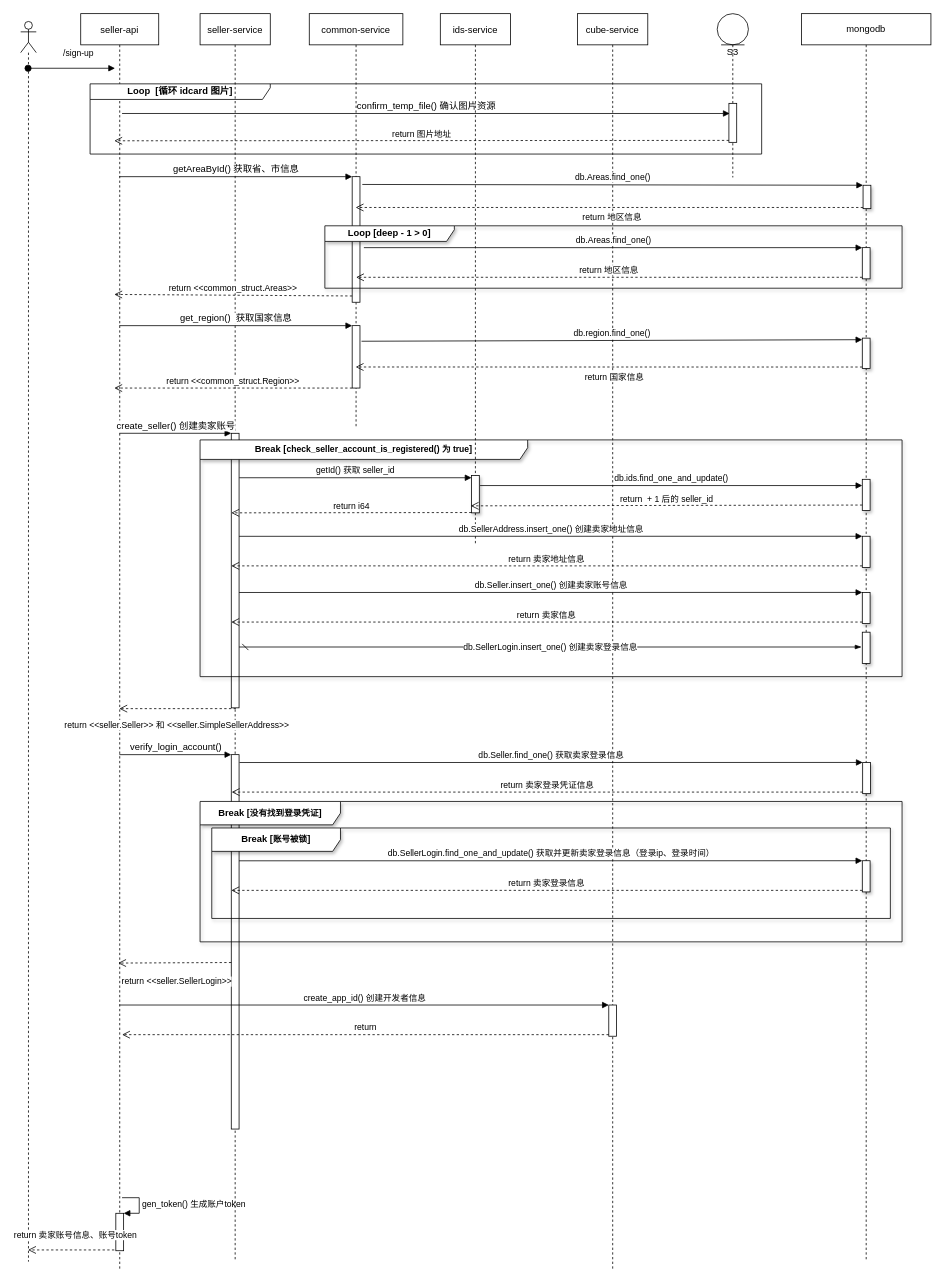
wjctim/design-draw keeps this draw.io diagram as 时序图.drawio. Above is the earlier version. Source tidied: cells renumbered, new cells numbered last; positions are measured from the earlier drawing's top-left corner, leaving out a move shared by most shapes. Both pictures are drawn from the tidied source at 78%, with x=0, y=0 at pixel (20, 13).
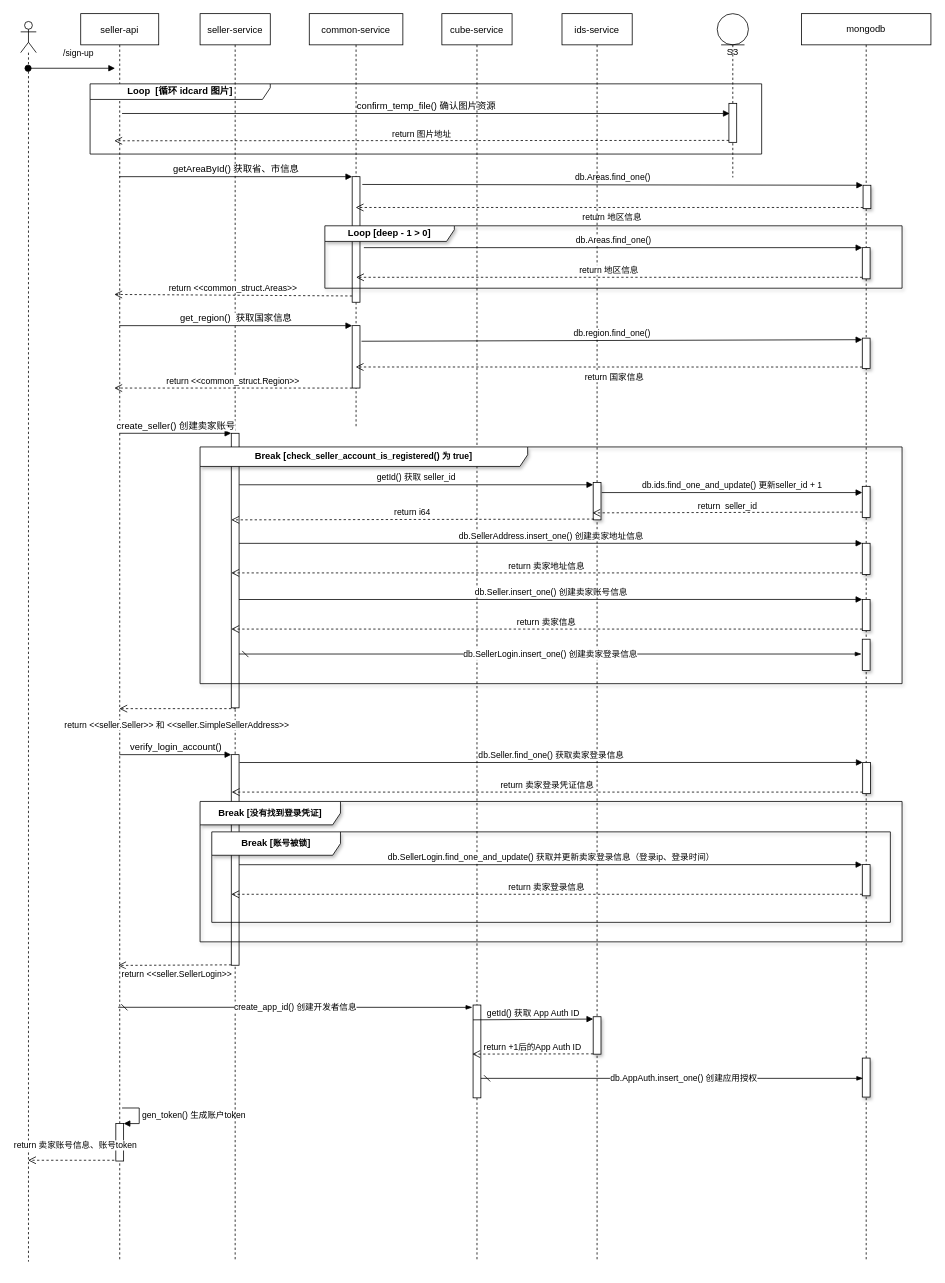
After the change.

Commit message:
更新时序图.drawio

The change refers to these unchanged cells:
```xml
<mxCell id="31" value="mongodb" style="shape=umlLifeline;perimeter=lifelinePerimeter;whiteSpace=wrap;html=1;rounded=0;glass=0;sketch=0;" parent="1" vertex="1">
  <mxGeometry x="1001" width="166" height="1600" as="geometry" />
</mxCell>
```

The edit, as a diff of the source:
```diff
@@
     <mxCell id="2" value="seller-api" style="shape=umlLifeline;perimeter=lifelinePerimeter;rounded=0;shadow=0;strokeWidth=1;" parent="1" vertex="1">
-      <mxGeometry x="77" width="100" height="1610" as="geometry" />
+      <mxGeometry x="77" width="100" height="1600" as="geometry" />
     </mxCell>
@@
     <mxCell id="4" style="html=1;points=[];perimeter=orthogonalPerimeter;" parent="2" vertex="1">
-      <mxGeometry x="45" y="1538" width="10" height="48" as="geometry" />
+      <mxGeometry x="45" y="1423" width="10" height="48" as="geometry" />
     </mxCell>
     <mxCell id="5" value="gen_token() 生成账户token" style="edgeStyle=orthogonalEdgeStyle;html=1;align=left;spacingLeft=2;endArrow=block;rounded=0;entryX=1;entryY=0;" parent="2" edge="1" target="4">
       <mxGeometry relative="1" as="geometry">
-        <mxPoint x="53" y="1518" as="sourcePoint" />
+        <mxPoint x="53" y="1403" as="sourcePoint" />
         <Array as="points">
-          <mxPoint x="75" y="1518" />
+          <mxPoint x="75" y="1403" />
         </Array>
       </mxGeometry>
     </mxCell>
@@
     <mxCell id="22" style="html=1;points=[];perimeter=orthogonalPerimeter;" parent="1" vertex="1">
-      <mxGeometry x="270" y="950" width="10" height="480" as="geometry" />
+      <mxGeometry x="270" y="950" width="10" height="270" as="geometry" />
     </mxCell>
@@
     <mxCell id="24" value="return &amp;lt;&amp;lt;seller.SellerLogin&amp;gt;&amp;gt;" style="html=1;verticalAlign=bottom;endArrow=open;dashed=1;endSize=8;exitX=0;exitY=0.95;rounded=0;entryX=0.48;entryY=0.843;entryDx=0;entryDy=0;entryPerimeter=0;" parent="1" edge="1">
-      <mxGeometry x="-0.03" y="33" relative="1" as="geometry">
-        <mxPoint x="270" y="1216.5" as="sourcePoint" />
-        <mxPoint x="125" y="1217.2" as="targetPoint" />
+      <mxGeometry x="-0.03" y="20" relative="1" as="geometry">
+        <mxPoint x="270" y="1219.5" as="sourcePoint" />
+        <mxPoint x="125" y="1220.2" as="targetPoint" />
       </mxGeometry>
     </mxCell>
     <mxCell id="25" value="cube-service" style="shape=umlLifeline;perimeter=lifelinePerimeter;rounded=0;shadow=0;strokeWidth=1;" parent="1" vertex="1">
-      <mxGeometry x="714" width="90" height="1610" as="geometry" />
+      <mxGeometry x="540" width="90" height="1600" as="geometry" />
     </mxCell>
     <mxCell id="26" style="html=1;points=[];perimeter=orthogonalPerimeter;" parent="25" vertex="1">
-      <mxGeometry x="40" y="1271" width="10" height="40" as="geometry" />
+      <mxGeometry x="40" y="1271" width="10" height="119" as="geometry" />
     </mxCell>
-    <mxCell id="27" value="create_app_id() 创建开发者信息" style="html=1;verticalAlign=bottom;endArrow=block;entryX=0;entryY=0;rounded=0;" parent="1" edge="1" target="26">
-      <mxGeometry relative="1" as="geometry">
-        <mxPoint x="126.5" y="1271" as="sourcePoint" />
-      </mxGeometry>
-    </mxCell>
-    <mxCell id="28" value="return" style="html=1;verticalAlign=bottom;endArrow=open;dashed=1;endSize=8;exitX=0;exitY=0.95;rounded=0;" parent="1" edge="1" source="26">
-      <mxGeometry relative="1" as="geometry">
-        <mxPoint x="130" y="1309" as="targetPoint" />
-      </mxGeometry>
-    </mxCell>
     <mxCell id="29" value="return 卖家账号信息、账号token" style="html=1;verticalAlign=bottom;endArrow=open;dashed=1;endSize=8;rounded=0;" parent="1" edge="1">
       <mxGeometry x="-0.1" y="-10" relative="1" as="geometry">
-        <mxPoint x="120" y="1585" as="sourcePoint" />
-        <mxPoint x="9.5" y="1585" as="targetPoint" />
+        <mxPoint x="120" y="1470" as="sourcePoint" />
+        <mxPoint x="9.5" y="1470" as="targetPoint" />
       </mxGeometry>
     </mxCell>
@@
     <mxCell id="35" style="html=1;points=[];perimeter=orthogonalPerimeter;rounded=0;shadow=1;glass=0;sketch=0;" parent="31" vertex="1">
-      <mxGeometry x="78" y="597" width="10" height="40" as="geometry" />
+      <mxGeometry x="78" y="606" width="10" height="40" as="geometry" />
     </mxCell>
@@
+    <mxCell id="66" style="html=1;points=[];perimeter=orthogonalPerimeter;rounded=0;shadow=1;glass=0;sketch=0;" parent="31" vertex="1">
+      <mxGeometry x="78" y="1339" width="10" height="50" as="geometry" />
+    </mxCell>
@@
     <mxCell id="40" value="&lt;b&gt;Break [&lt;span style=&quot;font-size: 11px; text-align: left; background-color: rgb(255, 255, 255);&quot;&gt;check_seller_account_is_registered() 为 true&lt;/span&gt;]&lt;/b&gt;" style="shape=umlFrame;whiteSpace=wrap;html=1;rounded=0;shadow=1;glass=0;sketch=0;width=420;height=25;" parent="1" vertex="1">
-      <mxGeometry x="230" y="546.5" width="900" height="303.5" as="geometry" />
+      <mxGeometry x="230" y="555.5" width="900" height="303.5" as="geometry" />
     </mxCell>
     <mxCell id="41" value="ids-service" style="shape=umlLifeline;perimeter=lifelinePerimeter;rounded=0;shadow=0;strokeWidth=1;" parent="1" vertex="1">
-      <mxGeometry x="538" width="90" height="680" as="geometry" />
+      <mxGeometry x="694" width="90" height="1600" as="geometry" />
     </mxCell>
     <mxCell id="42" style="html=1;points=[];perimeter=orthogonalPerimeter;rounded=0;shadow=1;glass=0;sketch=0;" parent="41" vertex="1">
-      <mxGeometry x="40" y="592" width="10" height="48" as="geometry" />
+      <mxGeometry x="40" y="601" width="10" height="48" as="geometry" />
     </mxCell>
+    <mxCell id="67" style="html=1;perimeter=orthogonalPerimeter;rounded=0;shadow=1;glass=0;sketch=0;" parent="41" vertex="1">
+      <mxGeometry x="40" y="1286" width="10" height="48" as="geometry" />
+    </mxCell>
+    <mxCell id="68" value="getId() 获取 App Auth ID" style="html=1;verticalAlign=bottom;endArrow=block;entryX=0;entryY=0;rounded=0;exitX=0;exitY=0.082;exitDx=0;exitDy=0;exitPerimeter=0;" parent="41" edge="1">
+      <mxGeometry relative="1" as="geometry">
+        <mxPoint x="-114" y="1290" as="sourcePoint" />
+        <mxPoint x="40" y="1289" as="targetPoint" />
+      </mxGeometry>
+    </mxCell>
+    <mxCell id="69" value="return +1后的App Auth ID" style="html=1;verticalAlign=bottom;endArrow=open;dashed=1;endSize=8;exitX=0;exitY=0.95;rounded=0;entryX=-0.1;entryY=0.358;entryDx=0;entryDy=0;entryPerimeter=0;" parent="41" edge="1">
+      <mxGeometry relative="1" as="geometry">
+        <mxPoint x="40" y="1333.6" as="sourcePoint" />
+        <mxPoint x="-115" y="1333.9" as="targetPoint" />
+      </mxGeometry>
+    </mxCell>
@@
-    <mxCell id="47" value="getId() 获取 seller_id" style="html=1;verticalAlign=bottom;endArrow=block;entryX=0;entryY=0;rounded=0;exitX=0.075;exitY=0.372;exitDx=0;exitDy=0;exitPerimeter=0;" parent="1" edge="1">
+    <mxCell id="47" value="getId() 获取 seller_id" style="html=1;verticalAlign=bottom;endArrow=block;rounded=0;exitX=0.075;exitY=0.372;exitDx=0;exitDy=0;exitPerimeter=0;" parent="1" edge="1" target="42">
       <mxGeometry relative="1" as="geometry">
-        <mxPoint x="280.2" y="595" as="sourcePoint" />
-        <mxPoint x="578" y="595" as="targetPoint" />
+        <mxPoint x="280.2" y="604" as="sourcePoint" />
       </mxGeometry>
     </mxCell>
-    <mxCell id="48" value="return i64" style="html=1;verticalAlign=bottom;endArrow=open;dashed=1;endSize=8;exitX=0;exitY=0.95;rounded=0;" parent="1" edge="1">
+    <mxCell id="48" value="return i64" style="html=1;verticalAlign=bottom;endArrow=open;dashed=1;endSize=8;exitX=0.1;exitY=0.979;rounded=0;exitDx=0;exitDy=0;exitPerimeter=0;" parent="1" edge="1" source="42">
       <mxGeometry relative="1" as="geometry">
-        <mxPoint x="578" y="639.6" as="sourcePoint" />
-        <mxPoint x="270" y="640" as="targetPoint" />
+        <mxPoint x="270" y="649" as="targetPoint" />
       </mxGeometry>
     </mxCell>
-    <mxCell id="49" value="db.ids.find_one_and_update()" style="html=1;verticalAlign=bottom;endArrow=block;rounded=0;exitX=1.1;exitY=0.271;exitDx=0;exitDy=0;exitPerimeter=0;" parent="1" edge="1" source="42" target="35">
+    <mxCell id="49" value="db.ids.find_one_and_update() 更新seller_id + 1" style="html=1;verticalAlign=bottom;endArrow=block;rounded=0;exitX=1.1;exitY=0.271;exitDx=0;exitDy=0;exitPerimeter=0;" parent="1" edge="1" source="42" target="35">
       <mxGeometry relative="1" as="geometry" />
     </mxCell>
-    <mxCell id="50" value="return&amp;nbsp;&amp;nbsp;+ 1 后的 seller_id" style="html=1;verticalAlign=bottom;endArrow=open;dashed=1;endSize=8;exitX=0;exitY=0.95;rounded=0;entryX=-0.1;entryY=0.813;entryDx=0;entryDy=0;entryPerimeter=0;" parent="1" edge="1" target="42">
+    <mxCell id="50" value="return&amp;nbsp; seller_id" style="html=1;verticalAlign=bottom;endArrow=open;dashed=1;endSize=8;exitX=0;exitY=0.95;rounded=0;entryX=-0.1;entryY=0.813;entryDx=0;entryDy=0;entryPerimeter=0;" parent="1" edge="1" target="42">
       <mxGeometry relative="1" as="geometry">
-        <mxPoint x="1079" y="630" as="sourcePoint" />
+        <mxPoint x="1079" y="639" as="sourcePoint" />
       </mxGeometry>
     </mxCell>
     <mxCell id="51" style="html=1;points=[];perimeter=orthogonalPerimeter;rounded=0;shadow=1;glass=0;sketch=0;" parent="1" vertex="1">
-      <mxGeometry x="1079" y="742" width="10" height="40" as="geometry" />
+      <mxGeometry x="1079" y="751" width="10" height="40" as="geometry" />
     </mxCell>
     <mxCell id="52" value="db.Seller.insert_one() 创建卖家账号信息" style="html=1;verticalAlign=bottom;endArrow=block;entryX=0;entryY=0;rounded=0;exitX=0.055;exitY=0.245;exitDx=0;exitDy=0;exitPerimeter=0;" parent="1" edge="1" target="51">
       <mxGeometry relative="1" as="geometry">
-        <mxPoint x="280" y="742.1" as="sourcePoint" />
+        <mxPoint x="280" y="751.1" as="sourcePoint" />
       </mxGeometry>
     </mxCell>
     <mxCell id="53" value="return 卖家信息" style="html=1;verticalAlign=bottom;endArrow=open;dashed=1;endSize=8;exitX=0;exitY=0.95;rounded=0;" parent="1" edge="1" source="51">
       <mxGeometry relative="1" as="geometry">
-        <mxPoint x="270" y="780" as="targetPoint" />
+        <mxPoint x="270" y="789" as="targetPoint" />
       </mxGeometry>
     </mxCell>
     <mxCell id="54" style="html=1;perimeter=orthogonalPerimeter;rounded=0;shadow=1;glass=0;sketch=0;" parent="1" vertex="1">
-      <mxGeometry x="1079" y="793" width="10" height="40" as="geometry" />
+      <mxGeometry x="1079" y="802" width="10" height="40" as="geometry" />
     </mxCell>
     <mxCell id="55" value="&lt;span style=&quot;font-size: 11px;&quot;&gt;db.SellerLogin.insert_one() 创建卖家登录信息&lt;/span&gt;" style="edgeStyle=elbowEdgeStyle;fontSize=12;html=1;endArrow=blockThin;endFill=1;startArrow=dash;startFill=0;endSize=6;startSize=6;rounded=0;entryX=-0.1;entryY=0.375;entryDx=0;entryDy=0;entryPerimeter=0;" parent="1" edge="1">
       <mxGeometry relative="1" as="geometry">
-        <mxPoint x="280" y="812" as="sourcePoint" />
-        <mxPoint x="1078" y="812" as="targetPoint" />
+        <mxPoint x="280" y="821" as="sourcePoint" />
+        <mxPoint x="1078" y="821" as="targetPoint" />
       </mxGeometry>
     </mxCell>
     <mxCell id="56" style="html=1;points=[];perimeter=orthogonalPerimeter;rounded=0;shadow=1;glass=0;sketch=0;" parent="1" vertex="1">
-      <mxGeometry x="1079" y="670" width="10" height="40" as="geometry" />
+      <mxGeometry x="1079" y="679" width="10" height="40" as="geometry" />
     </mxCell>
     <mxCell id="57" value="db.SellerAddress.insert_one() 创建卖家地址信息" style="html=1;verticalAlign=bottom;endArrow=block;entryX=0;entryY=0;rounded=0;exitX=0.055;exitY=0.245;exitDx=0;exitDy=0;exitPerimeter=0;" parent="1" edge="1" target="56">
       <mxGeometry relative="1" as="geometry">
-        <mxPoint x="280" y="670.1" as="sourcePoint" />
+        <mxPoint x="280" y="679.1" as="sourcePoint" />
       </mxGeometry>
     </mxCell>
     <mxCell id="58" value="return 卖家地址信息" style="html=1;verticalAlign=bottom;endArrow=open;dashed=1;endSize=8;exitX=0;exitY=0.95;rounded=0;" parent="1" edge="1" source="56">
       <mxGeometry relative="1" as="geometry">
-        <mxPoint x="270" y="708" as="targetPoint" />
+        <mxPoint x="270" y="717" as="targetPoint" />
       </mxGeometry>
     </mxCell>
@@
     <mxCell id="62" value="&lt;div style=&quot;text-align: left;&quot;&gt;&lt;b style=&quot;background-color: initial;&quot;&gt;Break [&lt;/b&gt;&lt;b style=&quot;font-size: 11px; background-color: rgb(255, 255, 255);&quot;&gt;账号被锁&lt;/b&gt;&lt;b style=&quot;background-color: initial;&quot;&gt;]&lt;/b&gt;&lt;/div&gt;" style="shape=umlFrame;whiteSpace=wrap;html=1;rounded=0;shadow=1;glass=0;sketch=0;width=165;height=30;" parent="1" vertex="1">
-      <mxGeometry x="245" y="1044" width="870" height="116" as="geometry" />
+      <mxGeometry x="245" y="1049" width="870" height="116" as="geometry" />
     </mxCell>
     <mxCell id="63" style="html=1;points=[];perimeter=orthogonalPerimeter;rounded=0;shadow=1;glass=0;sketch=0;" parent="1" vertex="1">
-      <mxGeometry x="1079" y="1086" width="10" height="40" as="geometry" />
+      <mxGeometry x="1079" y="1091" width="10" height="40" as="geometry" />
     </mxCell>
     <mxCell id="64" value="db.SellerLogin.find_one_and_update() 获取并更新卖家登录信息（登录ip、登录时间）" style="html=1;verticalAlign=bottom;endArrow=block;entryX=0;entryY=0;rounded=0;exitX=0.055;exitY=0.245;exitDx=0;exitDy=0;exitPerimeter=0;" parent="1" edge="1" target="63">
       <mxGeometry relative="1" as="geometry">
-        <mxPoint x="280" y="1086.1" as="sourcePoint" />
+        <mxPoint x="280" y="1091.1" as="sourcePoint" />
       </mxGeometry>
     </mxCell>
     <mxCell id="65" value="return 卖家登录信息" style="html=1;verticalAlign=bottom;endArrow=open;dashed=1;endSize=8;exitX=0;exitY=0.95;rounded=0;" parent="1" edge="1" source="63">
       <mxGeometry relative="1" as="geometry">
-        <mxPoint x="270" y="1124" as="targetPoint" />
+        <mxPoint x="270" y="1129" as="targetPoint" />
       </mxGeometry>
     </mxCell>
+    <mxCell id="70" value="&lt;span style=&quot;font-size: 11px;&quot;&gt;db.AppAuth.insert_one() 创建应用授权&lt;/span&gt;" style="edgeStyle=elbowEdgeStyle;fontSize=12;html=1;endArrow=blockThin;endFill=1;startArrow=dash;startFill=0;endSize=6;startSize=6;rounded=0;entryX=0.1;entryY=0.52;entryDx=0;entryDy=0;entryPerimeter=0;" parent="1" edge="1" target="66">
+      <mxGeometry x="0.06" relative="1" as="geometry">
+        <mxPoint x="590" y="1365" as="sourcePoint" />
+      </mxGeometry>
+    </mxCell>
+    <mxCell id="27" value="&lt;span style=&quot;font-size: 11px;&quot;&gt;create_app_id() 创建开发者信息&lt;/span&gt;" style="edgeStyle=elbowEdgeStyle;fontSize=12;html=1;endArrow=blockThin;endFill=1;startArrow=dash;startFill=0;endSize=6;startSize=6;rounded=0;exitX=0.48;exitY=0.808;exitDx=0;exitDy=0;exitPerimeter=0;entryX=-0.1;entryY=0.216;entryDx=0;entryDy=0;entryPerimeter=0;" parent="1" edge="1">
+      <mxGeometry relative="1" as="geometry">
+        <mxPoint x="125" y="1273.9" as="sourcePoint" />
+        <mxPoint x="579" y="1274" as="targetPoint" />
+      </mxGeometry>
+    </mxCell>
```
